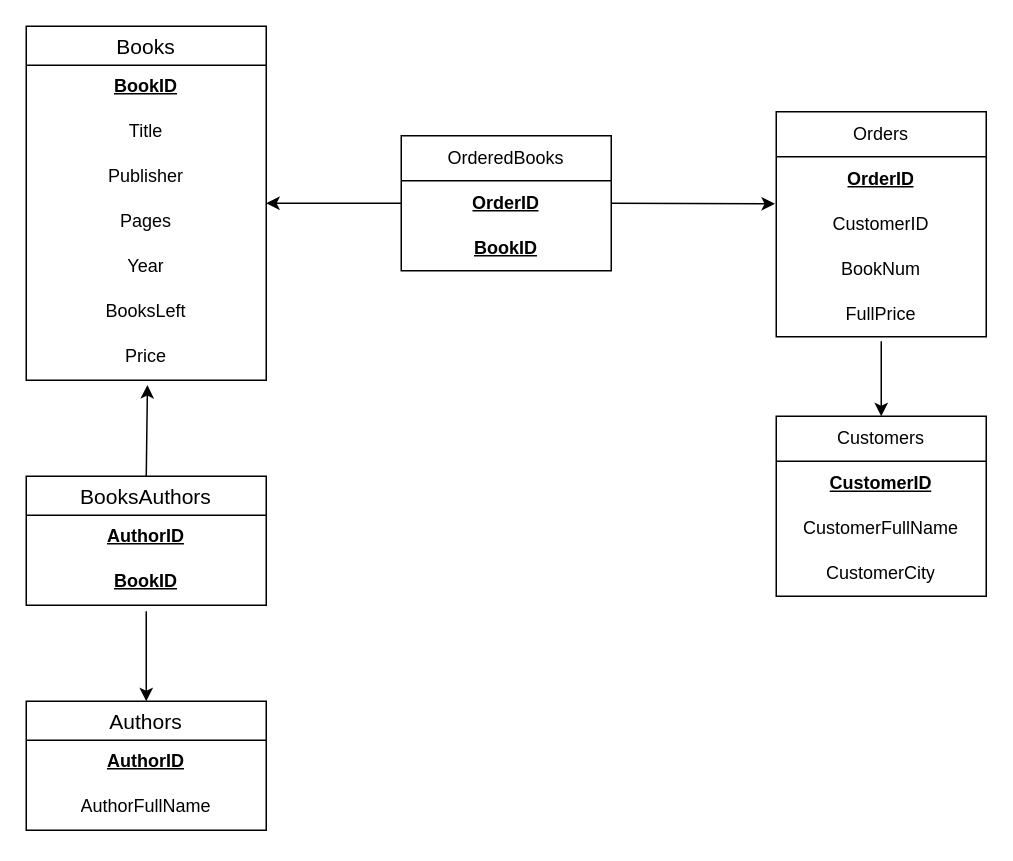
Above: ERDiagram-TableSchema/ERDiagram-BookStore.drawio in ey1az/assignment2_dbs (draw.io), before the change. Source tidied: cells renumbered, new cells numbered last; positions are measured from the earlier drawing's top-left corner, leaving out a move shared by most shapes. Both pictures are drawn from the tidied source at 150%, with x=0, y=0 at pixel (26, 26).
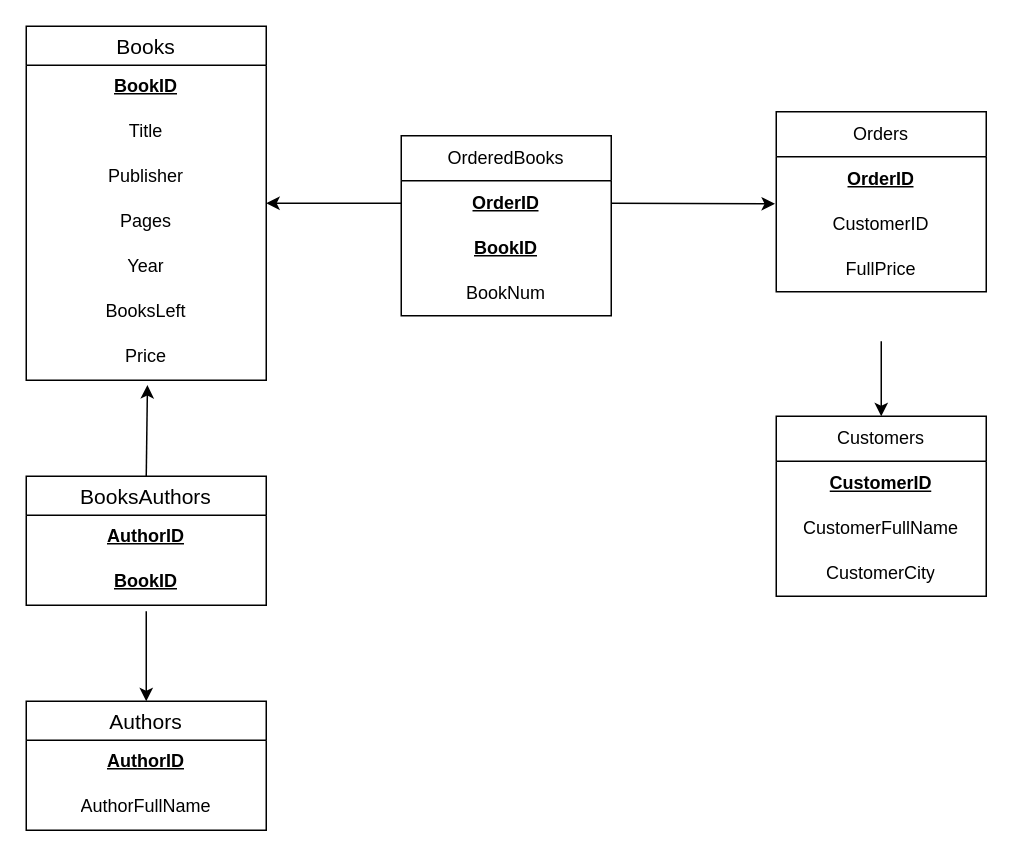
After the change.

The edit, as a diff of the source:
```diff
@@
     <mxCell id="18" value="OrderedBooks" style="swimlane;fontStyle=0;horizontal=1;startSize=30;whiteSpace=wrap;html=1;" parent="1" vertex="1">
-      <mxGeometry x="250" y="73" width="140" height="90" as="geometry" />
+      <mxGeometry x="250" y="73" width="140" height="120" as="geometry" />
     </mxCell>
@@
+    <mxCell id="25" value="BookNum" style="text;strokeColor=none;fillColor=none;align=center;verticalAlign=middle;spacingLeft=4;spacingRight=4;overflow=hidden;whiteSpace=wrap;html=1;" parent="18" vertex="1">
+      <mxGeometry y="90" width="140" height="30" as="geometry" />
+    </mxCell>
@@
     <mxCell id="22" value="Orders" style="swimlane;fontStyle=0;horizontal=1;startSize=30;whiteSpace=wrap;html=1;" parent="1" vertex="1">
-      <mxGeometry x="500" y="57" width="140" height="150" as="geometry" />
+      <mxGeometry x="500" y="57" width="140" height="120" as="geometry" />
     </mxCell>
@@
-    <mxCell id="25" value="BookNum" style="text;strokeColor=none;fillColor=none;align=center;verticalAlign=middle;spacingLeft=4;spacingRight=4;overflow=hidden;whiteSpace=wrap;html=1;" parent="22" vertex="1">
-      <mxGeometry y="90" width="140" height="30" as="geometry" />
-    </mxCell>
     <mxCell id="26" value="FullPrice" style="text;strokeColor=none;fillColor=none;align=center;verticalAlign=middle;spacingLeft=4;spacingRight=4;overflow=hidden;whiteSpace=wrap;html=1;" parent="22" vertex="1">
-      <mxGeometry y="120" width="140" height="30" as="geometry" />
+      <mxGeometry y="90" width="140" height="30" as="geometry" />
     </mxCell>
```
